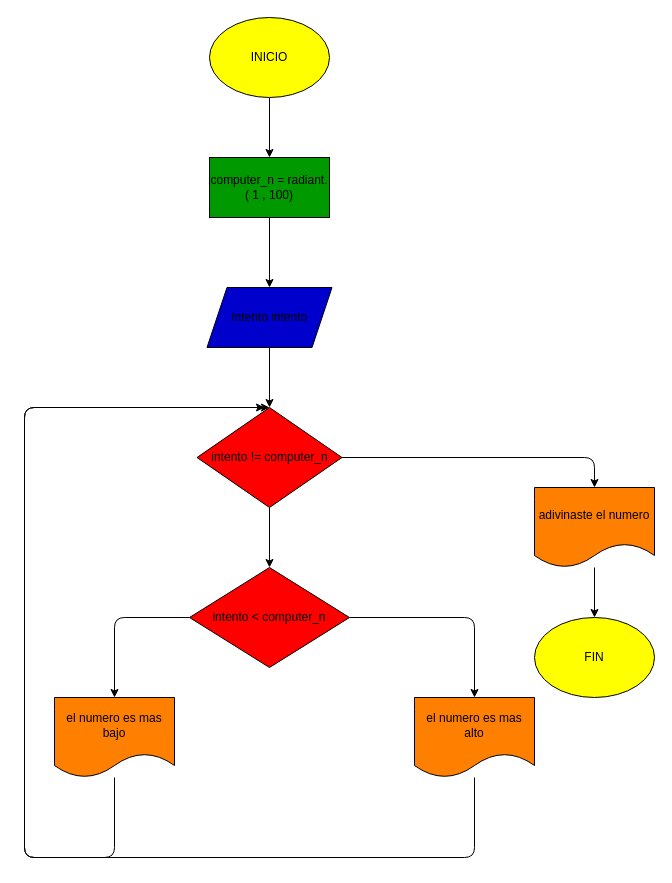
This is ejercicio_3/diagrama.drawio from dani72405bue/EJERCICIOS_PRACTICA_WHILE, a draw.io file, before an edit. Source tidied: cells renumbered, new cells numbered last; positions are measured from the earlier drawing's top-left corner, leaving out a move shared by most shapes. Both pictures are drawn from the tidied source at 100%, with x=0, y=0 at pixel (24, 17).
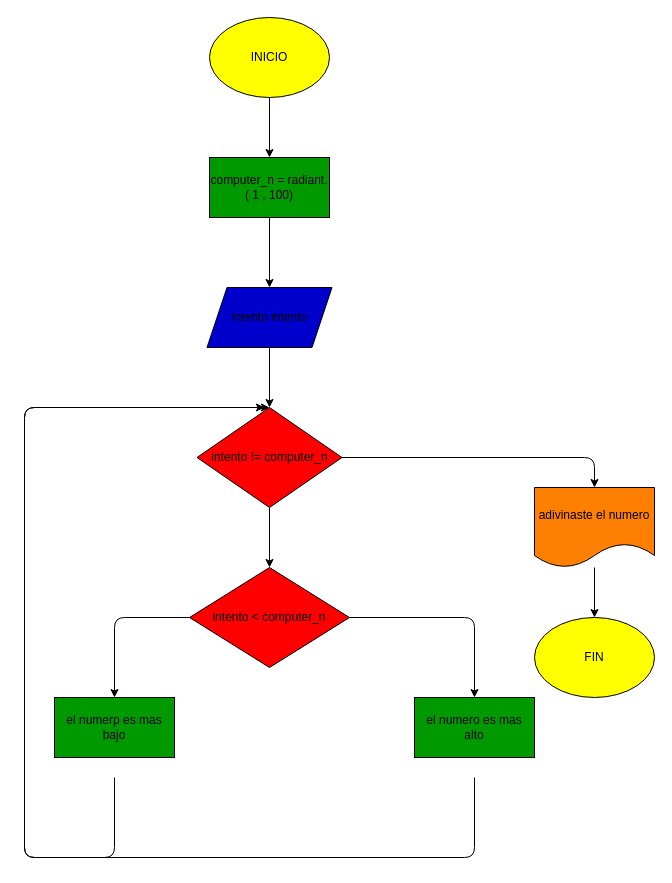
The same diagram, later.

Unchanged cells that the change refers to:
```xml
<mxCell id="6" value="intento != computer_n" style="rhombus;whiteSpace=wrap;html=1;fillColor=#FF0000;" parent="1" vertex="1">
  <mxGeometry x="172.5" y="390" width="145" height="100" as="geometry" />
</mxCell>
<mxCell id="9" value="intento &amp;lt; computer_n" style="rhombus;whiteSpace=wrap;html=1;fillColor=#FF0000;" parent="1" vertex="1">
  <mxGeometry x="165" y="550" width="160" height="100" as="geometry" />
</mxCell>
```

The edit, as a diff of the source:
```diff
@@
-    <mxCell id="7" style="edgeStyle=none;html=1;entryX=0.5;entryY=0;entryDx=0;entryDy=0;" parent="1" edge="1" source="9" target="17">
+    <mxCell id="7" style="edgeStyle=none;html=1;entryX=0.5;entryY=0;entryDx=0;entryDy=0;" parent="1" edge="1" source="9">
       <mxGeometry relative="1" as="geometry">
+        <mxPoint x="90" y="680" as="targetPoint" />
         <Array as="points">
           <mxPoint x="90" y="600" />
         </Array>
       </mxGeometry>
     </mxCell>
-    <mxCell id="8" style="edgeStyle=none;html=1;entryX=0.5;entryY=0;entryDx=0;entryDy=0;" parent="1" edge="1" source="9" target="15">
+    <mxCell id="8" style="edgeStyle=none;html=1;entryX=0.5;entryY=0;entryDx=0;entryDy=0;" parent="1" edge="1" source="9">
       <mxGeometry relative="1" as="geometry">
+        <mxPoint x="450" y="680" as="targetPoint" />
         <Array as="points">
           <mxPoint x="450" y="600" />
         </Array>
       </mxGeometry>
     </mxCell>
@@
-    <mxCell id="14" style="edgeStyle=none;html=1;entryX=0.5;entryY=0;entryDx=0;entryDy=0;" parent="1" edge="1" source="15" target="6">
+    <mxCell id="14" style="edgeStyle=none;html=1;entryX=0.5;entryY=0;entryDx=0;entryDy=0;" parent="1" edge="1" target="6">
       <mxGeometry relative="1" as="geometry">
+        <mxPoint x="450" y="760" as="sourcePoint" />
         <Array as="points">
           <mxPoint x="450" y="840" />
           <mxPoint y="840" />
           <mxPoint y="390" />
         </Array>
       </mxGeometry>
     </mxCell>
-    <mxCell id="15" value="el numero es mas alto" style="shape=document;whiteSpace=wrap;html=1;boundedLbl=1;fillColor=#FF8000;" parent="1" vertex="1">
-      <mxGeometry x="390" y="680" width="120" height="80" as="geometry" />
-    </mxCell>
-    <mxCell id="16" style="edgeStyle=none;html=1;" parent="1" edge="1" source="17">
+    <mxCell id="16" style="edgeStyle=none;html=1;" parent="1" edge="1">
       <mxGeometry relative="1" as="geometry">
+        <mxPoint x="90" y="760" as="sourcePoint" />
         <mxPoint x="240" y="390" as="targetPoint" />
         <Array as="points">
           <mxPoint x="90" y="840" />
           <mxPoint y="840" />
           <mxPoint y="390" />
         </Array>
       </mxGeometry>
     </mxCell>
-    <mxCell id="17" value="el numero es mas bajo" style="shape=document;whiteSpace=wrap;html=1;boundedLbl=1;fillColor=#FF8000;" parent="1" vertex="1">
-      <mxGeometry x="30" y="680" width="120" height="80" as="geometry" />
-    </mxCell>
@@
+    <mxCell id="21" value="el numerp es mas bajo" style="rounded=0;whiteSpace=wrap;html=1;fillColor=#009900;" parent="1" vertex="1">
+      <mxGeometry x="30" y="680" width="120" height="60" as="geometry" />
+    </mxCell>
+    <mxCell id="15" value="el numero es mas alto" style="rounded=0;whiteSpace=wrap;html=1;fillColor=#009900;" parent="1" vertex="1">
+      <mxGeometry x="390" y="680" width="120" height="60" as="geometry" />
+    </mxCell>
```
